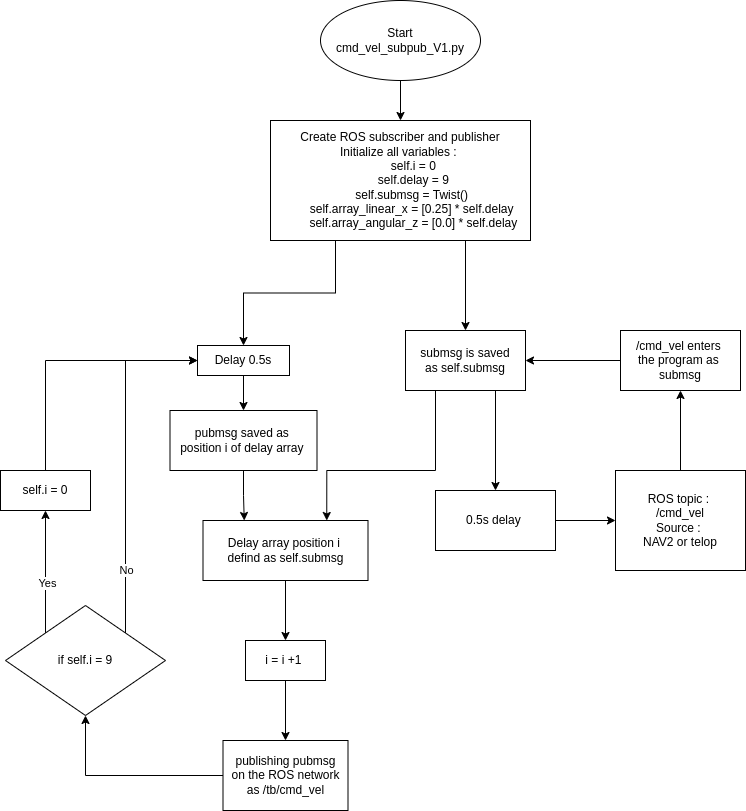
The draw.io diagram Figures/drawio/cmd_vel_subpub.png in Lars-33/masteruia2, before a commit. Source tidied: cells renumbered, new cells last; positions are measured from the earlier drawing's top-left corner, leaving out a move shared by most shapes.
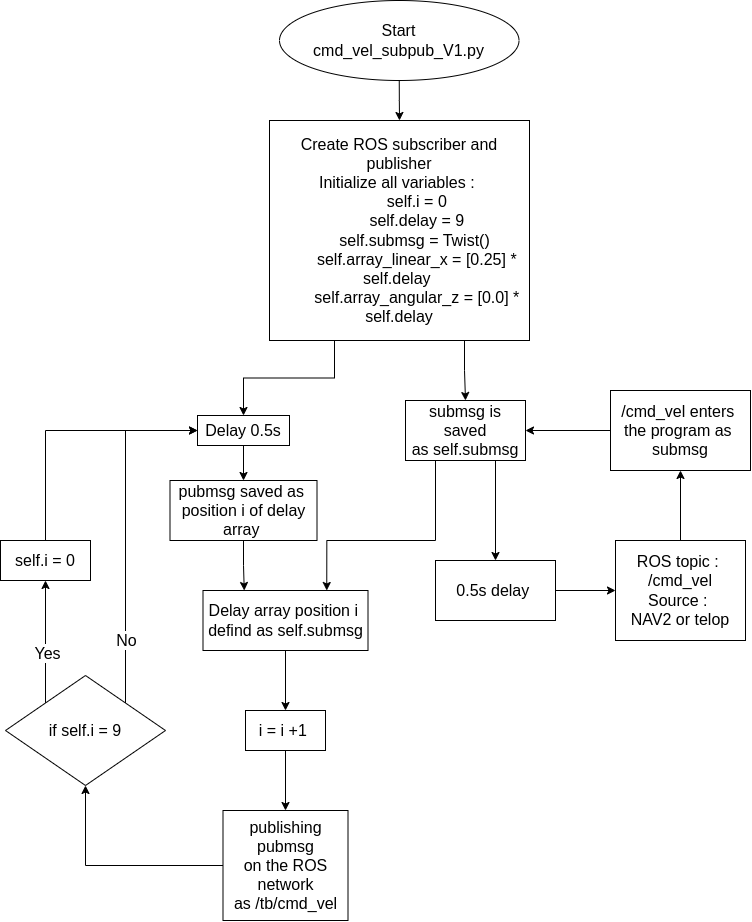
Later version of the same file.

What changed in the source:
```diff
@@ -2,16 +2,16 @@
   <root>
     <mxCell id="0" />
     <mxCell id="1" parent="0" />
-    <mxCell id="2" style="edgeStyle=orthogonalEdgeStyle;rounded=0;jettySize=auto;html=1;" parent="1" edge="1" source="3" target="23">
+    <mxCell id="2" style="edgeStyle=orthogonalEdgeStyle;rounded=0;jettySize=auto;html=1;fontSize=16;" parent="1" edge="1" source="3" target="23">
       <mxGeometry relative="1" as="geometry" />
     </mxCell>
-    <mxCell id="3" value="ROS topic :&amp;nbsp;&lt;br&gt;/cmd_vel&lt;br&gt;Source :&amp;nbsp;&lt;br&gt;NAV2 or telop" style="rounded=0;whiteSpace=wrap;html=1;" parent="1" vertex="1">
+    <mxCell id="3" value="ROS topic :&amp;nbsp;&lt;br style=&quot;font-size: 16px;&quot;&gt;/cmd_vel&lt;br style=&quot;font-size: 16px;&quot;&gt;Source :&amp;nbsp;&lt;br style=&quot;font-size: 16px;&quot;&gt;NAV2 or telop" style="rounded=0;whiteSpace=wrap;html=1;fontSize=16;" parent="1" vertex="1">
       <mxGeometry x="615" y="470" width="130" height="100" as="geometry" />
     </mxCell>
-    <mxCell id="4" style="edgeStyle=orthogonalEdgeStyle;rounded=0;jettySize=auto;html=1;exitX=0.75;exitY=1;exitDx=0;exitDy=0;" parent="1" edge="1" source="6" target="21">
+    <mxCell id="4" style="edgeStyle=orthogonalEdgeStyle;rounded=0;jettySize=auto;html=1;exitX=0.75;exitY=1;exitDx=0;exitDy=0;fontSize=16;" parent="1" edge="1" source="6" target="21">
       <mxGeometry relative="1" as="geometry" />
     </mxCell>
-    <mxCell id="5" style="edgeStyle=orthogonalEdgeStyle;rounded=0;jettySize=auto;html=1;exitX=0.25;exitY=1;exitDx=0;exitDy=0;entryX=0.75;entryY=0;entryDx=0;entryDy=0;" parent="1" edge="1" source="6" target="8">
+    <mxCell id="5" style="edgeStyle=orthogonalEdgeStyle;rounded=0;jettySize=auto;html=1;exitX=0.25;exitY=1;exitDx=0;exitDy=0;entryX=0.75;entryY=0;entryDx=0;entryDy=0;fontSize=16;" parent="1" edge="1" source="6" target="8">
       <mxGeometry relative="1" as="geometry">
         <Array as="points">
           <mxPoint x="435" y="470" />
@@ -19,91 +19,91 @@
         </Array>
       </mxGeometry>
     </mxCell>
-    <mxCell id="6" value="submsg is saved&lt;br&gt;as self.submsg" style="whiteSpace=wrap;html=1;rounded=0;" parent="1" vertex="1">
+    <mxCell id="6" value="submsg is saved&lt;br style=&quot;font-size: 16px;&quot;&gt;as self.submsg" style="whiteSpace=wrap;html=1;rounded=0;fontSize=16;" parent="1" vertex="1">
       <mxGeometry x="405" y="330" width="120" height="60" as="geometry" />
     </mxCell>
-    <mxCell id="7" style="edgeStyle=orthogonalEdgeStyle;rounded=0;jettySize=auto;html=1;" parent="1" edge="1" source="8" target="12">
+    <mxCell id="7" style="edgeStyle=orthogonalEdgeStyle;rounded=0;jettySize=auto;html=1;fontSize=16;" parent="1" edge="1" source="8" target="12">
       <mxGeometry relative="1" as="geometry" />
     </mxCell>
-    <mxCell id="8" value="Delay array position i&amp;nbsp;&lt;br&gt;defind as self.submsg" style="whiteSpace=wrap;html=1;rounded=0;" parent="1" vertex="1">
+    <mxCell id="8" value="Delay array position i&amp;nbsp;&lt;br style=&quot;font-size: 16px;&quot;&gt;defind as self.submsg" style="whiteSpace=wrap;html=1;rounded=0;fontSize=16;" parent="1" vertex="1">
       <mxGeometry x="202.5" y="520" width="165" height="60" as="geometry" />
     </mxCell>
-    <mxCell id="9" style="edgeStyle=orthogonalEdgeStyle;rounded=0;jettySize=auto;html=1;" parent="1" edge="1" source="10" target="32">
+    <mxCell id="9" style="edgeStyle=orthogonalEdgeStyle;rounded=0;jettySize=auto;html=1;fontSize=16;" parent="1" edge="1" source="10" target="32">
       <mxGeometry relative="1" as="geometry" />
     </mxCell>
-    <mxCell id="10" value="Delay 0.5s" style="rounded=0;whiteSpace=wrap;html=1;" parent="1" vertex="1">
+    <mxCell id="10" value="Delay 0.5s" style="rounded=0;whiteSpace=wrap;html=1;fontSize=16;" parent="1" vertex="1">
       <mxGeometry x="197" y="345" width="92" height="30" as="geometry" />
     </mxCell>
-    <mxCell id="11" style="edgeStyle=orthogonalEdgeStyle;rounded=0;jettySize=auto;html=1;" parent="1" edge="1" source="12" target="30">
+    <mxCell id="11" style="edgeStyle=orthogonalEdgeStyle;rounded=0;jettySize=auto;html=1;fontSize=16;" parent="1" edge="1" source="12" target="30">
       <mxGeometry relative="1" as="geometry" />
     </mxCell>
-    <mxCell id="12" value="i = i +1&amp;nbsp;" style="whiteSpace=wrap;html=1;rounded=0;direction=west;" parent="1" vertex="1">
+    <mxCell id="12" value="i = i +1&amp;nbsp;" style="whiteSpace=wrap;html=1;rounded=0;direction=west;fontSize=16;" parent="1" vertex="1">
       <mxGeometry x="245" y="640" width="80" height="40" as="geometry" />
     </mxCell>
-    <mxCell id="13" style="edgeStyle=orthogonalEdgeStyle;rounded=0;jettySize=auto;html=1;exitX=0.5;exitY=1;exitDx=0;exitDy=0;entryX=0;entryY=0.5;entryDx=0;entryDy=0;" parent="1" edge="1" source="14" target="10">
+    <mxCell id="13" style="edgeStyle=orthogonalEdgeStyle;rounded=0;jettySize=auto;html=1;exitX=0.5;exitY=1;exitDx=0;exitDy=0;entryX=0;entryY=0.5;entryDx=0;entryDy=0;fontSize=16;" parent="1" edge="1" source="14" target="10">
       <mxGeometry relative="1" as="geometry" />
     </mxCell>
-    <mxCell id="14" value="self.i = 0" style="whiteSpace=wrap;html=1;rounded=0;direction=west;" parent="1" vertex="1">
+    <mxCell id="14" value="self.i = 0" style="whiteSpace=wrap;html=1;rounded=0;direction=west;fontSize=16;" parent="1" vertex="1">
       <mxGeometry y="470" width="90" height="40" as="geometry" />
     </mxCell>
-    <mxCell id="15" style="edgeStyle=orthogonalEdgeStyle;rounded=0;jettySize=auto;html=1;exitX=0.75;exitY=1;exitDx=0;exitDy=0;" parent="1" edge="1" source="17" target="6">
+    <mxCell id="15" style="edgeStyle=orthogonalEdgeStyle;rounded=0;jettySize=auto;html=1;exitX=0.75;exitY=1;exitDx=0;exitDy=0;fontSize=16;" parent="1" edge="1" source="17" target="6">
       <mxGeometry relative="1" as="geometry" />
     </mxCell>
-    <mxCell id="16" style="edgeStyle=orthogonalEdgeStyle;rounded=0;jettySize=auto;html=1;exitX=0.25;exitY=1;exitDx=0;exitDy=0;entryX=0.5;entryY=0;entryDx=0;entryDy=0;" parent="1" edge="1" source="17" target="10">
+    <mxCell id="16" style="edgeStyle=orthogonalEdgeStyle;rounded=0;jettySize=auto;html=1;exitX=0.25;exitY=1;exitDx=0;exitDy=0;entryX=0.5;entryY=0;entryDx=0;entryDy=0;fontSize=16;" parent="1" edge="1" source="17" target="10">
       <mxGeometry relative="1" as="geometry" />
     </mxCell>
-    <mxCell id="17" value="Create ROS subscriber and publisher&lt;br&gt;Initialize all variables :&amp;nbsp;&lt;div&gt;&amp;nbsp; &amp;nbsp; &amp;nbsp; &amp;nbsp; self.i = 0&lt;/div&gt;&lt;div&gt;&amp;nbsp; &amp;nbsp; &amp;nbsp; &amp;nbsp; self.delay = 9&lt;/div&gt;&lt;div&gt;&amp;nbsp; &amp;nbsp; &amp;nbsp; &amp;nbsp; self.submsg = Twist()&amp;nbsp;&lt;/div&gt;&lt;div&gt;&amp;nbsp; &amp;nbsp; &amp;nbsp; &amp;nbsp; self.array_linear_x = [0.25] * self.delay&amp;nbsp;&lt;/div&gt;&lt;div&gt;&amp;nbsp; &amp;nbsp; &amp;nbsp; &amp;nbsp; self.array_angular_z = [0.0] * self.delay&lt;/div&gt;" style="rounded=0;whiteSpace=wrap;html=1;" parent="1" vertex="1">
-      <mxGeometry x="270" y="120" width="260" height="120" as="geometry" />
+    <mxCell id="17" value="Create ROS subscriber and publisher&lt;br style=&quot;font-size: 16px;&quot;&gt;Initialize all variables :&amp;nbsp;&lt;div style=&quot;font-size: 16px;&quot;&gt;&amp;nbsp; &amp;nbsp; &amp;nbsp; &amp;nbsp; self.i = 0&lt;/div&gt;&lt;div style=&quot;font-size: 16px;&quot;&gt;&amp;nbsp; &amp;nbsp; &amp;nbsp; &amp;nbsp; self.delay = 9&lt;/div&gt;&lt;div style=&quot;font-size: 16px;&quot;&gt;&amp;nbsp; &amp;nbsp; &amp;nbsp; &amp;nbsp; self.submsg = Twist()&amp;nbsp;&lt;/div&gt;&lt;div style=&quot;font-size: 16px;&quot;&gt;&amp;nbsp; &amp;nbsp; &amp;nbsp; &amp;nbsp; self.array_linear_x = [0.25] * self.delay&amp;nbsp;&lt;/div&gt;&lt;div style=&quot;font-size: 16px;&quot;&gt;&amp;nbsp; &amp;nbsp; &amp;nbsp; &amp;nbsp; self.array_angular_z = [0.0] * self.delay&lt;/div&gt;" style="rounded=0;whiteSpace=wrap;html=1;fontSize=16;" parent="1" vertex="1">
+      <mxGeometry x="269" y="50" width="260" height="220" as="geometry" />
     </mxCell>
-    <mxCell id="18" style="edgeStyle=orthogonalEdgeStyle;rounded=0;jettySize=auto;html=1;" parent="1" edge="1" source="19" target="17">
+    <mxCell id="18" style="edgeStyle=orthogonalEdgeStyle;rounded=0;jettySize=auto;html=1;fontSize=16;" parent="1" edge="1" source="19" target="17">
       <mxGeometry relative="1" as="geometry" />
     </mxCell>
-    <mxCell id="19" value="Start&lt;br&gt;cmd_vel_subpub_V1.py" style="ellipse;whiteSpace=wrap;html=1;" parent="1" vertex="1">
-      <mxGeometry x="320" width="160" height="80" as="geometry" />
+    <mxCell id="19" value="Start&lt;br style=&quot;font-size: 16px;&quot;&gt;cmd_vel_subpub_V1.py" style="ellipse;whiteSpace=wrap;html=1;fontSize=16;" parent="1" vertex="1">
+      <mxGeometry x="279" y="-70" width="239.5" height="80" as="geometry" />
     </mxCell>
-    <mxCell id="20" style="edgeStyle=orthogonalEdgeStyle;rounded=0;jettySize=auto;html=1;" parent="1" edge="1" source="21" target="3">
+    <mxCell id="20" style="edgeStyle=orthogonalEdgeStyle;rounded=0;jettySize=auto;html=1;fontSize=16;" parent="1" edge="1" source="21" target="3">
       <mxGeometry relative="1" as="geometry" />
     </mxCell>
-    <mxCell id="21" value="0.5s delay&amp;nbsp;" style="whiteSpace=wrap;html=1;" parent="1" vertex="1">
+    <mxCell id="21" value="0.5s delay&amp;nbsp;" style="whiteSpace=wrap;html=1;fontSize=16;" parent="1" vertex="1">
       <mxGeometry x="435" y="490" width="120" height="60" as="geometry" />
     </mxCell>
-    <mxCell id="22" style="edgeStyle=orthogonalEdgeStyle;rounded=0;jettySize=auto;html=1;" parent="1" edge="1" source="23" target="6">
+    <mxCell id="22" style="edgeStyle=orthogonalEdgeStyle;rounded=0;jettySize=auto;html=1;fontSize=16;" parent="1" edge="1" source="23" target="6">
       <mxGeometry relative="1" as="geometry" />
     </mxCell>
-    <mxCell id="23" value="/cmd_vel enters&amp;nbsp;&lt;br&gt;the program as&amp;nbsp;&lt;br&gt;submsg" style="whiteSpace=wrap;html=1;" parent="1" vertex="1">
-      <mxGeometry x="620" y="330" width="120" height="60" as="geometry" />
+    <mxCell id="23" value="/cmd_vel enters&amp;nbsp;&lt;br style=&quot;font-size: 16px;&quot;&gt;the program as&amp;nbsp;&lt;br style=&quot;font-size: 16px;&quot;&gt;submsg" style="whiteSpace=wrap;html=1;fontSize=16;" parent="1" vertex="1">
+      <mxGeometry x="610" y="320" width="140" height="80" as="geometry" />
     </mxCell>
-    <mxCell id="24" style="edgeStyle=orthogonalEdgeStyle;rounded=0;jettySize=auto;html=1;exitX=0;exitY=0;exitDx=0;exitDy=0;entryX=0.5;entryY=0;entryDx=0;entryDy=0;" parent="1" edge="1" source="28" target="14">
+    <mxCell id="24" style="edgeStyle=orthogonalEdgeStyle;rounded=0;jettySize=auto;html=1;exitX=0;exitY=0;exitDx=0;exitDy=0;entryX=0.5;entryY=0;entryDx=0;entryDy=0;fontSize=16;" parent="1" edge="1" source="28" target="14">
       <mxGeometry relative="1" as="geometry" />
     </mxCell>
-    <mxCell id="25" value="Yes" style="edgeLabel;html=1;align=center;verticalAlign=middle;" parent="24" vertex="1">
+    <mxCell id="25" value="Yes" style="edgeLabel;html=1;align=center;verticalAlign=middle;fontSize=16;" parent="24" vertex="1">
       <mxGeometry x="-0.18" y="-1" relative="1" as="geometry" />
     </mxCell>
-    <mxCell id="26" style="edgeStyle=orthogonalEdgeStyle;rounded=0;jettySize=auto;html=1;exitX=1;exitY=0;exitDx=0;exitDy=0;entryX=0;entryY=0.5;entryDx=0;entryDy=0;" parent="1" edge="1" source="28" target="10">
+    <mxCell id="26" style="edgeStyle=orthogonalEdgeStyle;rounded=0;jettySize=auto;html=1;exitX=1;exitY=0;exitDx=0;exitDy=0;entryX=0;entryY=0.5;entryDx=0;entryDy=0;fontSize=16;" parent="1" edge="1" source="28" target="10">
       <mxGeometry relative="1" as="geometry">
         <Array as="points">
           <mxPoint x="125" y="360" />
         </Array>
       </mxGeometry>
     </mxCell>
-    <mxCell id="27" value="No" style="edgeLabel;html=1;align=center;verticalAlign=middle;" parent="26" vertex="1">
+    <mxCell id="27" value="No" style="edgeLabel;html=1;align=center;verticalAlign=middle;fontSize=16;" parent="26" vertex="1">
       <mxGeometry x="-0.02" y="1" relative="1" as="geometry">
         <mxPoint x="1" y="105" as="offset" />
       </mxGeometry>
     </mxCell>
-    <mxCell id="28" value="if self.i = 9" style="rhombus;whiteSpace=wrap;html=1;" parent="1" vertex="1">
+    <mxCell id="28" value="if self.i = 9" style="rhombus;whiteSpace=wrap;html=1;fontSize=16;" parent="1" vertex="1">
       <mxGeometry x="5" y="605" width="160" height="110" as="geometry" />
     </mxCell>
-    <mxCell id="29" style="edgeStyle=orthogonalEdgeStyle;rounded=0;jettySize=auto;html=1;exitX=0;exitY=0.5;exitDx=0;exitDy=0;entryX=0.5;entryY=1;entryDx=0;entryDy=0;" parent="1" edge="1" source="30" target="28">
+    <mxCell id="29" style="edgeStyle=orthogonalEdgeStyle;rounded=0;jettySize=auto;html=1;exitX=0;exitY=0.5;exitDx=0;exitDy=0;entryX=0.5;entryY=1;entryDx=0;entryDy=0;fontSize=16;" parent="1" edge="1" source="30" target="28">
       <mxGeometry relative="1" as="geometry" />
     </mxCell>
-    <mxCell id="30" value="publishing pubmsg&lt;br&gt;on the ROS network&lt;br&gt;as /tb/cmd_vel" style="whiteSpace=wrap;html=1;" parent="1" vertex="1">
-      <mxGeometry x="222.5" y="740" width="125" height="70" as="geometry" />
+    <mxCell id="30" value="publishing pubmsg&lt;br style=&quot;font-size: 16px;&quot;&gt;on the ROS network&lt;br style=&quot;font-size: 16px;&quot;&gt;as /tb/cmd_vel" style="whiteSpace=wrap;html=1;fontSize=16;" parent="1" vertex="1">
+      <mxGeometry x="222.5" y="740" width="125" height="110" as="geometry" />
     </mxCell>
-    <mxCell id="31" style="edgeStyle=orthogonalEdgeStyle;rounded=0;jettySize=auto;html=1;entryX=0.25;entryY=0;entryDx=0;entryDy=0;" parent="1" edge="1" source="32" target="8">
+    <mxCell id="31" style="edgeStyle=orthogonalEdgeStyle;rounded=0;jettySize=auto;html=1;entryX=0.25;entryY=0;entryDx=0;entryDy=0;fontSize=16;" parent="1" edge="1" source="32" target="8">
       <mxGeometry relative="1" as="geometry" />
     </mxCell>
-    <mxCell id="32" value="pubmsg saved as&amp;nbsp;&lt;br style=&quot;border-color: var(--border-color);&quot;&gt;position i of delay array&amp;nbsp;" style="whiteSpace=wrap;html=1;" parent="1" vertex="1">
+    <mxCell id="32" value="pubmsg saved as&amp;nbsp;&lt;br style=&quot;border-color: var(--border-color); font-size: 16px;&quot;&gt;position i of delay array&amp;nbsp;" style="whiteSpace=wrap;html=1;fontSize=16;" parent="1" vertex="1">
       <mxGeometry x="169.5" y="410" width="147" height="60" as="geometry" />
     </mxCell>
   </root>
```
